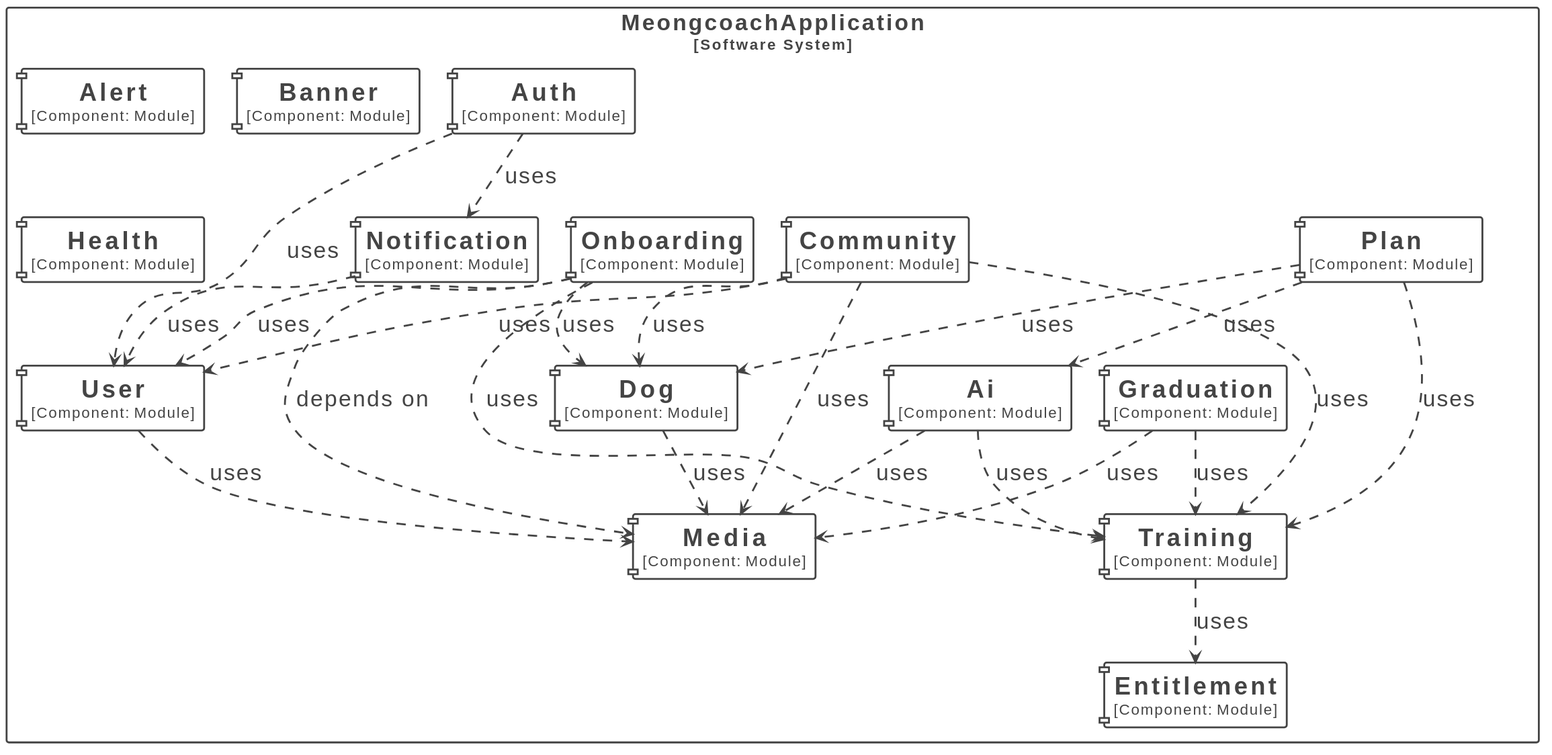
Earlier version of the PlantUML export docs/images/module-dependencies.svg (DaeSaBu/meongcoach-BE).
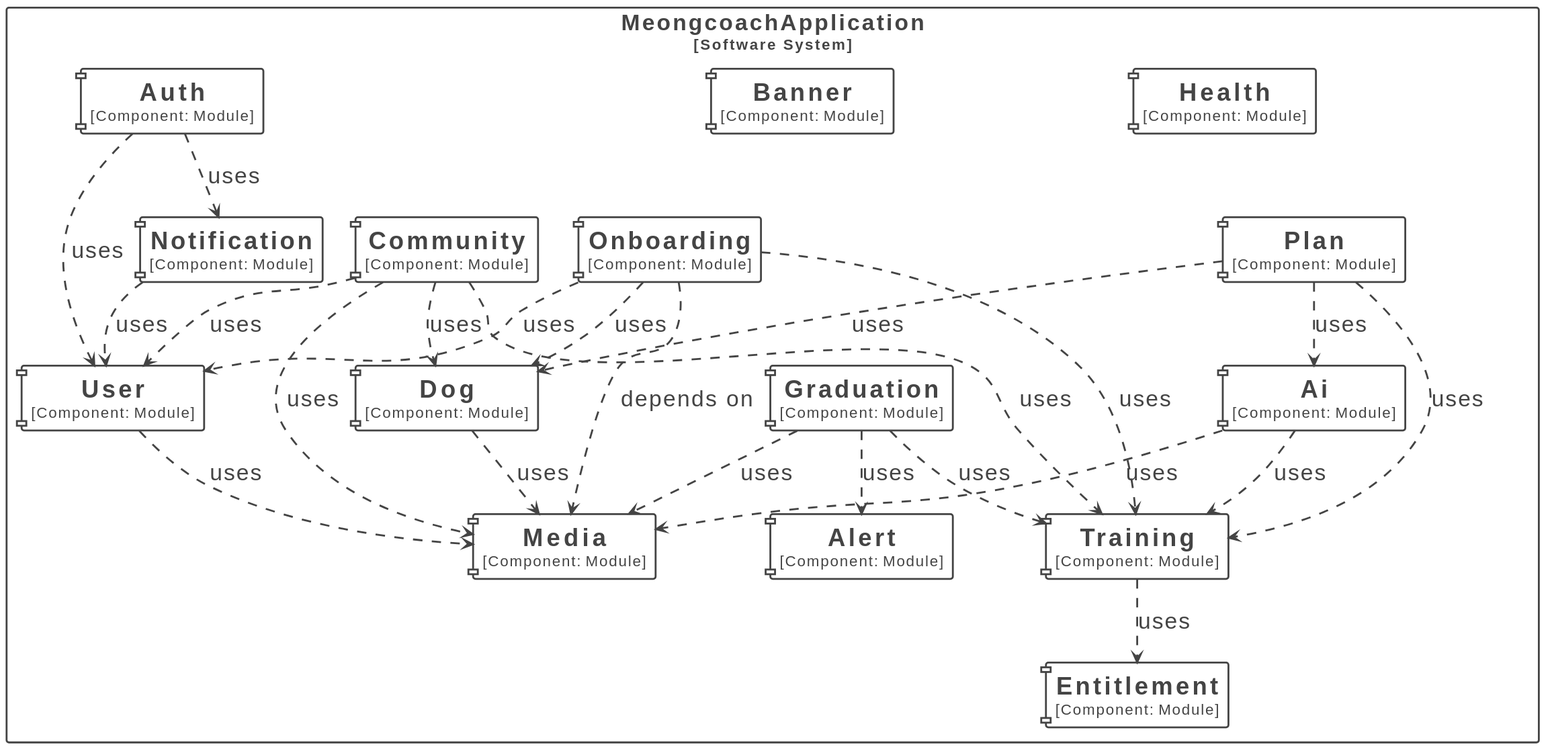
After the change.

Commit message:
docs: graduation의 alert 의존을 모듈 다이어그램에 반영

What changed in the source:
```diff
@@ -63,25 +63,26 @@
   component "==Training\n<size:16>[Component: Module]</size>" <<Element-RWxlbWVudCxDb21wb25lbnQ=>> as MeongcoachApplication.MeongcoachApplication.Training
 }
 
+MeongcoachApplication.MeongcoachApplication.Onboarding --> MeongcoachApplication.MeongcoachApplication.Media <<Relationship-UmVsYXRpb25zaGlw>> : "depends on"
+MeongcoachApplication.MeongcoachApplication.Onboarding --> MeongcoachApplication.MeongcoachApplication.User <<Relationship-UmVsYXRpb25zaGlw>> : "uses"
+MeongcoachApplication.MeongcoachApplication.Onboarding --> MeongcoachApplication.MeongcoachApplication.Dog <<Relationship-UmVsYXRpb25zaGlw>> : "uses"
+MeongcoachApplication.MeongcoachApplication.Onboarding --> MeongcoachApplication.MeongcoachApplication.Training <<Relationship-UmVsYXRpb25zaGlw>> : "uses"
+MeongcoachApplication.MeongcoachApplication.Notification --> MeongcoachApplication.MeongcoachApplication.User <<Relationship-UmVsYXRpb25zaGlw>> : "uses"
+MeongcoachApplication.MeongcoachApplication.Plan --> MeongcoachApplication.MeongcoachApplication.Ai <<Relationship-UmVsYXRpb25zaGlw>> : "uses"
+MeongcoachApplication.MeongcoachApplication.Plan --> MeongcoachApplication.MeongcoachApplication.Training <<Relationship-UmVsYXRpb25zaGlw>> : "uses"
+MeongcoachApplication.MeongcoachApplication.Plan --> MeongcoachApplication.MeongcoachApplication.Dog <<Relationship-UmVsYXRpb25zaGlw>> : "uses"
 MeongcoachApplication.MeongcoachApplication.Training --> MeongcoachApplication.MeongcoachApplication.Entitlement <<Relationship-UmVsYXRpb25zaGlw>> : "uses"
+MeongcoachApplication.MeongcoachApplication.Graduation --> MeongcoachApplication.MeongcoachApplication.Training <<Relationship-UmVsYXRpb25zaGlw>> : "uses"
+MeongcoachApplication.MeongcoachApplication.Graduation --> MeongcoachApplication.MeongcoachApplication.Media <<Relationship-UmVsYXRpb25zaGlw>> : "uses"
+MeongcoachApplication.MeongcoachApplication.Graduation --> MeongcoachApplication.MeongcoachApplication.Alert <<Relationship-UmVsYXRpb25zaGlw>> : "uses"
 MeongcoachApplication.MeongcoachApplication.Community --> MeongcoachApplication.MeongcoachApplication.User <<Relationship-UmVsYXRpb25zaGlw>> : "uses"
 MeongcoachApplication.MeongcoachApplication.Community --> MeongcoachApplication.MeongcoachApplication.Dog <<Relationship-UmVsYXRpb25zaGlw>> : "uses"
 MeongcoachApplication.MeongcoachApplication.Community --> MeongcoachApplication.MeongcoachApplication.Training <<Relationship-UmVsYXRpb25zaGlw>> : "uses"
 MeongcoachApplication.MeongcoachApplication.Community --> MeongcoachApplication.MeongcoachApplication.Media <<Relationship-UmVsYXRpb25zaGlw>> : "uses"
-MeongcoachApplication.MeongcoachApplication.Graduation --> MeongcoachApplication.MeongcoachApplication.Training <<Relationship-UmVsYXRpb25zaGlw>> : "uses"
-MeongcoachApplication.MeongcoachApplication.Graduation --> MeongcoachApplication.MeongcoachApplication.Media <<Relationship-UmVsYXRpb25zaGlw>> : "uses"
+MeongcoachApplication.MeongcoachApplication.User --> MeongcoachApplication.MeongcoachApplication.Media <<Relationship-UmVsYXRpb25zaGlw>> : "uses"
+MeongcoachApplication.MeongcoachApplication.Ai --> MeongcoachApplication.MeongcoachApplication.Training <<Relationship-UmVsYXRpb25zaGlw>> : "uses"
+MeongcoachApplication.MeongcoachApplication.Ai --> MeongcoachApplication.MeongcoachApplication.Media <<Relationship-UmVsYXRpb25zaGlw>> : "uses"
 MeongcoachApplication.MeongcoachApplication.Auth --> MeongcoachApplication.MeongcoachApplication.User <<Relationship-UmVsYXRpb25zaGlw>> : "uses"
 MeongcoachApplication.MeongcoachApplication.Auth --> MeongcoachApplication.MeongcoachApplication.Notification <<Relationship-UmVsYXRpb25zaGlw>> : "uses"
-MeongcoachApplication.MeongcoachApplication.Ai --> MeongcoachApplication.MeongcoachApplication.Training <<Relationship-UmVsYXRpb25zaGlw>> : "uses"
-MeongcoachApplication.MeongcoachApplication.Ai --> MeongcoachApplication.MeongcoachApplication.Media <<Relationship-UmVsYXRpb25zaGlw>> : "uses"
-MeongcoachApplication.MeongcoachApplication.Notification --> MeongcoachApplication.MeongcoachApplication.User <<Relationship-UmVsYXRpb25zaGlw>> : "uses"
-MeongcoachApplication.MeongcoachApplication.Onboarding --> MeongcoachApplication.MeongcoachApplication.Media <<Relationship-UmVsYXRpb25zaGlw>> : "depends on"
-MeongcoachApplication.MeongcoachApplication.Onboarding --> MeongcoachApplication.MeongcoachApplication.User <<Relationship-UmVsYXRpb25zaGlw>> : "uses"
-MeongcoachApplication.MeongcoachApplication.Onboarding --> MeongcoachApplication.MeongcoachApplication.Dog <<Relationship-UmVsYXRpb25zaGlw>> : "uses"
-MeongcoachApplication.MeongcoachApplication.Onboarding --> MeongcoachApplication.MeongcoachApplication.Training <<Relationship-UmVsYXRpb25zaGlw>> : "uses"
-MeongcoachApplication.MeongcoachApplication.User --> MeongcoachApplication.MeongcoachApplication.Media <<Relationship-UmVsYXRpb25zaGlw>> : "uses"
-MeongcoachApplication.MeongcoachApplication.Plan --> MeongcoachApplication.MeongcoachApplication.Ai <<Relationship-UmVsYXRpb25zaGlw>> : "uses"
-MeongcoachApplication.MeongcoachApplication.Plan --> MeongcoachApplication.MeongcoachApplication.Training <<Relationship-UmVsYXRpb25zaGlw>> : "uses"
-MeongcoachApplication.MeongcoachApplication.Plan --> MeongcoachApplication.MeongcoachApplication.Dog <<Relationship-UmVsYXRpb25zaGlw>> : "uses"
 MeongcoachApplication.MeongcoachApplication.Dog --> MeongcoachApplication.MeongcoachApplication.Media <<Relationship-UmVsYXRpb25zaGlw>> : "uses"
 @enduml
```
